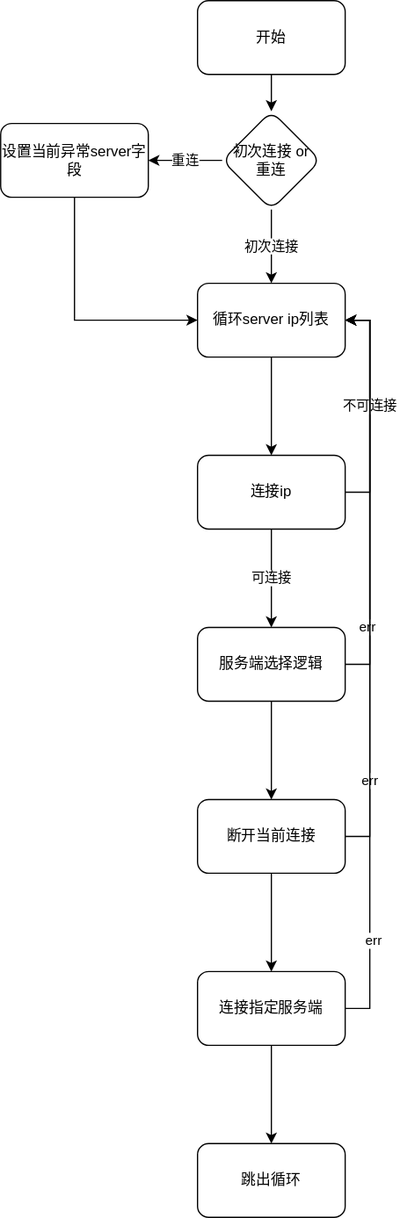
This is tc_客户端连接服务端逻辑图.svg from c17abab/diag_pics, a draw.io export, as it was before one commit. Source tidied: cells renumbered, new cells last; positions are measured from the earlier drawing's top-left corner, leaving out a move shared by most shapes.
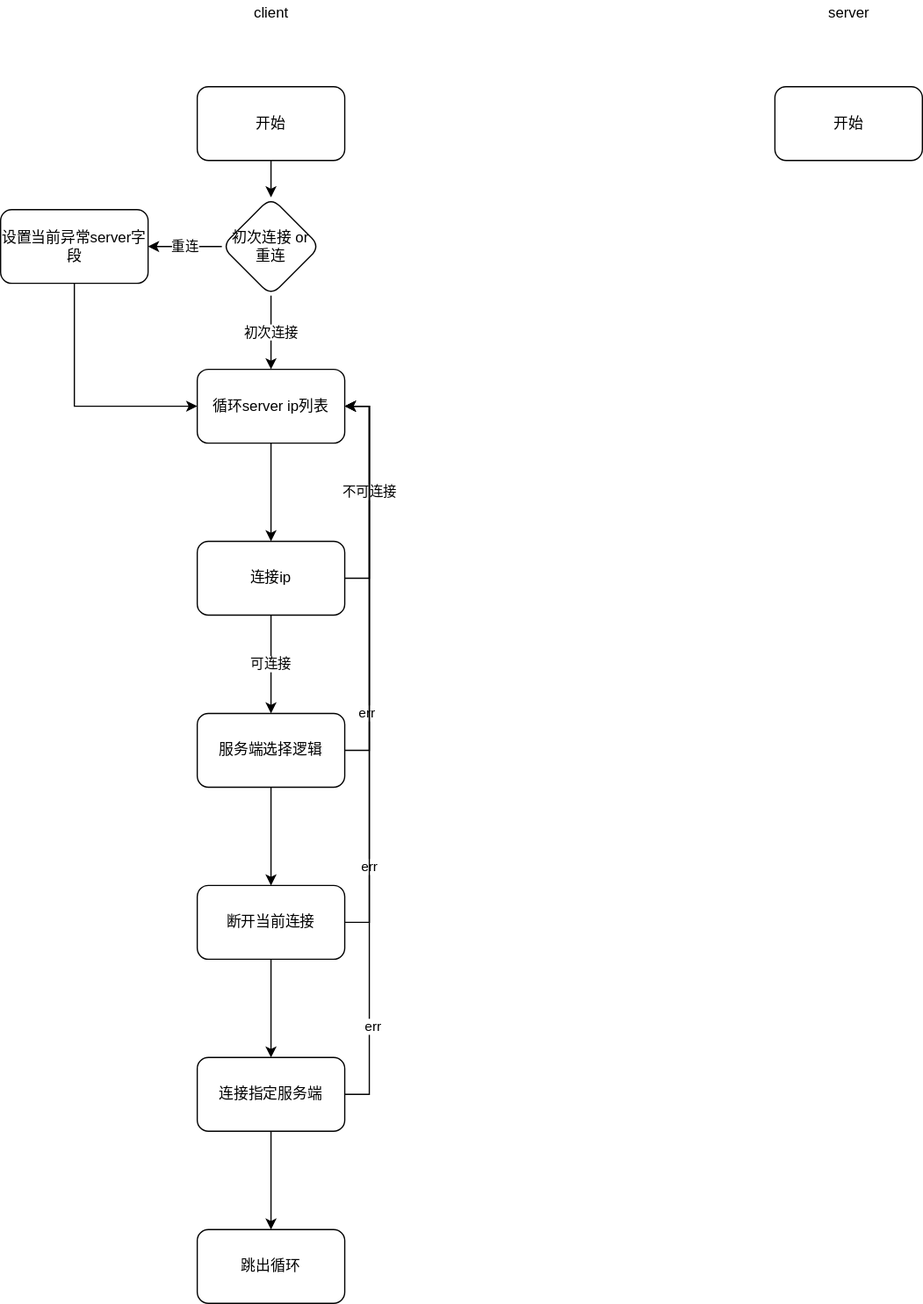
Later version of the same file.

Commit message:
更新tc_客户端连接服务端逻辑图.svg

Diff of the diagram source:
```diff
@@ -101,5 +101,14 @@
     <mxCell id="26" value="设置当前异常server字段" style="whiteSpace=wrap;html=1;rounded=1;" parent="1" vertex="1">
       <mxGeometry y="100" width="120" height="60" as="geometry" />
     </mxCell>
+    <mxCell id="27" value="client" style="text;html=1;align=center;verticalAlign=middle;fillColor=none;strokeColor=none;rounded=0;" parent="1" vertex="1">
+      <mxGeometry x="200" y="-70" width="40" height="20" as="geometry" />
+    </mxCell>
+    <mxCell id="28" value="开始" style="rounded=1;whiteSpace=wrap;html=1;" parent="1" vertex="1">
+      <mxGeometry x="630" width="120" height="60" as="geometry" />
+    </mxCell>
+    <mxCell id="29" value="server" style="text;html=1;align=center;verticalAlign=middle;fillColor=none;strokeColor=none;rounded=0;" parent="1" vertex="1">
+      <mxGeometry x="665" y="-70" width="50" height="20" as="geometry" />
+    </mxCell>
   </root>
 </mxGraphModel>
```
